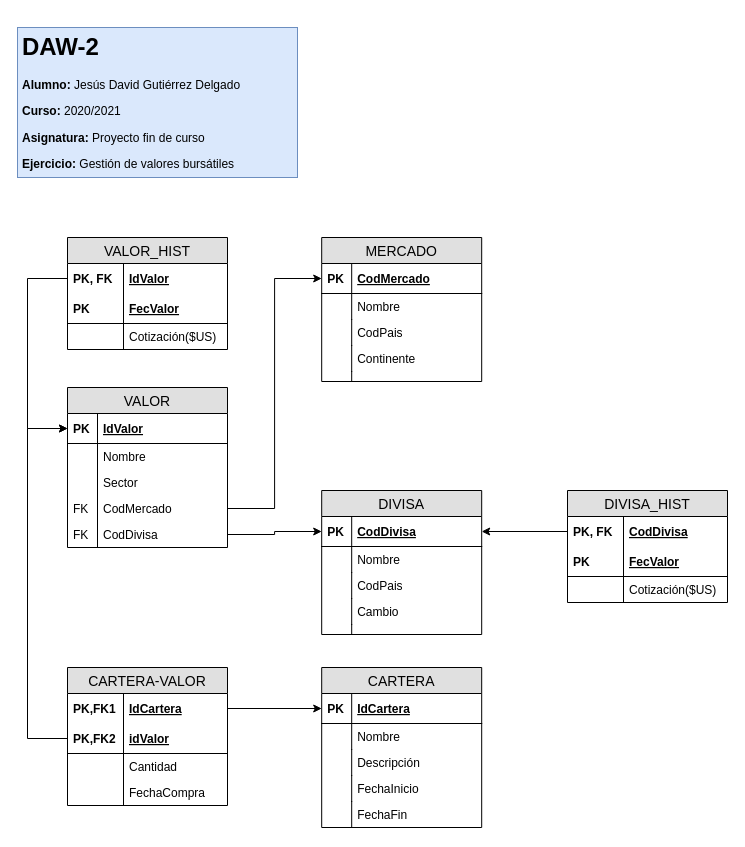
jesusdavidguti/ProyectoFinDeCurso keeps this draw.io diagram as Diagrama E-R.drawio. Above is the earlier version. Source tidied: cells renumbered, new cells numbered last; positions are measured from the earlier drawing's top-left corner, leaving out a move shared by most shapes. Both pictures are drawn from the tidied source at 100%, with x=0, y=0 at pixel (17, 27).
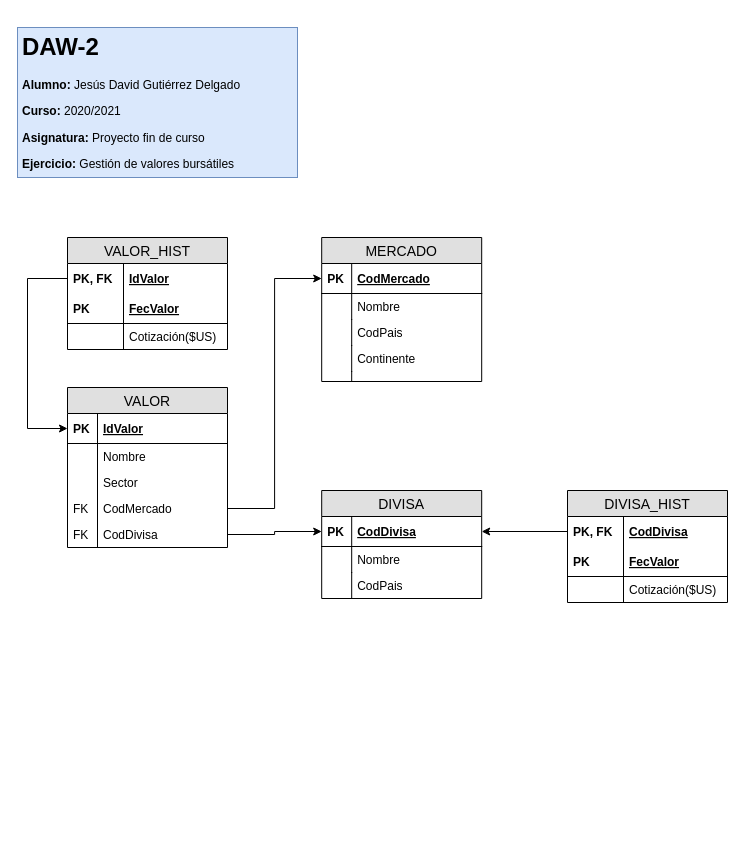
The same diagram, later.

Commit message:
Quitamos entidades

Cartera y CarteraValor

The change refers to these unchanged cells:
```xml
<mxCell id="4" value="IdValor" style="shape=partialRectangle;top=0;left=0;right=0;bottom=1;align=left;verticalAlign=middle;fillColor=none;spacingLeft=34;spacingRight=4;overflow=hidden;points=[[0,0.5],[1,0.5]];portConstraint=eastwest;fontStyle=5;fontSize=12;" parent="3" vertex="1">
  <mxGeometry y="26" width="160" height="30" as="geometry" />
</mxCell>
```

Change to the diagram source:
```diff
@@
     <mxCell id="25" value="DIVISA" style="swimlane;fontStyle=0;horizontal=1;startSize=26;fillColor=#e0e0e0;swimlaneFillColor=#ffffff;align=center;fontSize=14;" parent="1" vertex="1">
-      <mxGeometry x="304.2" y="463" width="160" height="144" as="geometry" />
+      <mxGeometry x="304.2" y="463" width="160" height="108" as="geometry" />
     </mxCell>
@@
-    <mxCell id="32" value="Cambio" style="shape=partialRectangle;top=0;left=0;right=0;bottom=0;align=left;verticalAlign=top;fillColor=none;spacingLeft=34;spacingRight=4;overflow=hidden;fontSize=12;" parent="25" vertex="1">
-      <mxGeometry y="108" width="160" height="26" as="geometry" />
-    </mxCell>
-    <mxCell id="33" style="shape=partialRectangle;top=0;left=0;bottom=0;fillColor=none;align=left;verticalAlign=top;spacingLeft=4;spacingRight=4;overflow=hidden;fontSize=12;" parent="32" vertex="1">
-      <mxGeometry width="30" height="26" as="geometry" />
-    </mxCell>
-    <mxCell id="34" style="shape=partialRectangle;top=0;left=0;right=0;bottom=0;align=left;verticalAlign=top;fillColor=none;spacingLeft=34;spacingRight=4;overflow=hidden;fontSize=12;" parent="25" vertex="1">
-      <mxGeometry y="134" width="160" height="10" as="geometry" />
-    </mxCell>
-    <mxCell id="35" style="shape=partialRectangle;top=0;left=0;bottom=0;fillColor=none;align=left;verticalAlign=top;spacingLeft=4;spacingRight=4;overflow=hidden;fontSize=12;" parent="34" vertex="1">
-      <mxGeometry width="30" height="10" as="geometry" />
-    </mxCell>
@@
-    <mxCell id="53" value="CARTERA" style="swimlane;fontStyle=0;horizontal=1;startSize=26;fillColor=#e0e0e0;swimlaneFillColor=#ffffff;align=center;fontSize=14;" parent="1" vertex="1">
-      <mxGeometry x="304.2" y="640" width="160" height="160" as="geometry" />
-    </mxCell>
-    <mxCell id="54" value="IdCartera" style="shape=partialRectangle;top=0;left=0;right=0;bottom=1;align=left;verticalAlign=middle;fillColor=none;spacingLeft=34;spacingRight=4;overflow=hidden;points=[[0,0.5],[1,0.5]];portConstraint=eastwest;fontStyle=5;fontSize=12;" parent="53" vertex="1">
-      <mxGeometry y="26" width="160" height="30" as="geometry" />
-    </mxCell>
-    <mxCell id="55" value="PK" style="shape=partialRectangle;top=0;left=0;bottom=0;fillColor=none;align=left;verticalAlign=middle;spacingLeft=4;spacingRight=4;overflow=hidden;fontSize=12;fontStyle=1;" parent="54" vertex="1">
-      <mxGeometry width="30" height="30" as="geometry" />
-    </mxCell>
-    <mxCell id="56" value="Nombre" style="shape=partialRectangle;top=0;left=0;right=0;bottom=0;align=left;verticalAlign=top;fillColor=none;spacingLeft=34;spacingRight=4;overflow=hidden;fontSize=12;" parent="53" vertex="1">
-      <mxGeometry y="56" width="160" height="26" as="geometry" />
-    </mxCell>
-    <mxCell id="57" style="shape=partialRectangle;top=0;left=0;bottom=0;fillColor=none;align=left;verticalAlign=top;spacingLeft=4;spacingRight=4;overflow=hidden;fontSize=12;" parent="56" vertex="1">
-      <mxGeometry width="30" height="26" as="geometry" />
-    </mxCell>
-    <mxCell id="58" value="Descripción" style="shape=partialRectangle;top=0;left=0;right=0;bottom=0;align=left;verticalAlign=top;fillColor=none;spacingLeft=34;spacingRight=4;overflow=hidden;fontSize=12;" parent="53" vertex="1">
-      <mxGeometry y="82" width="160" height="26" as="geometry" />
-    </mxCell>
-    <mxCell id="59" style="shape=partialRectangle;top=0;left=0;bottom=0;fillColor=none;align=left;verticalAlign=top;spacingLeft=4;spacingRight=4;overflow=hidden;fontSize=12;" parent="58" vertex="1">
-      <mxGeometry width="30" height="26" as="geometry" />
-    </mxCell>
-    <mxCell id="60" value="FechaInicio" style="shape=partialRectangle;top=0;left=0;right=0;bottom=0;align=left;verticalAlign=top;fillColor=none;spacingLeft=34;spacingRight=4;overflow=hidden;fontSize=12;" parent="53" vertex="1">
-      <mxGeometry y="108" width="160" height="26" as="geometry" />
-    </mxCell>
-    <mxCell id="61" style="shape=partialRectangle;top=0;left=0;bottom=0;fillColor=none;align=left;verticalAlign=top;spacingLeft=4;spacingRight=4;overflow=hidden;fontSize=12;" parent="60" vertex="1">
-      <mxGeometry width="30" height="26" as="geometry" />
-    </mxCell>
-    <mxCell id="62" value="FechaFin" style="shape=partialRectangle;top=0;left=0;right=0;bottom=0;align=left;verticalAlign=top;fillColor=none;spacingLeft=34;spacingRight=4;overflow=hidden;fontSize=12;" parent="53" vertex="1">
-      <mxGeometry y="134" width="160" height="26" as="geometry" />
-    </mxCell>
-    <mxCell id="63" style="shape=partialRectangle;top=0;left=0;bottom=0;fillColor=none;align=left;verticalAlign=top;spacingLeft=4;spacingRight=4;overflow=hidden;fontSize=12;" parent="62" vertex="1">
-      <mxGeometry width="30" height="26" as="geometry" />
-    </mxCell>
-    <mxCell id="64" value="CARTERA-VALOR" style="swimlane;fontStyle=0;horizontal=1;startSize=26;fillColor=#e0e0e0;swimlaneFillColor=#ffffff;align=center;fontSize=14;" parent="1" vertex="1">
-      <mxGeometry x="50" y="640" width="160" height="138" as="geometry" />
-    </mxCell>
-    <mxCell id="65" value="IdCartera" style="shape=partialRectangle;top=0;left=0;right=0;bottom=0;align=left;verticalAlign=middle;fillColor=none;spacingLeft=60;spacingRight=4;overflow=hidden;points=[[0,0.5],[1,0.5]];portConstraint=eastwest;fontStyle=5;fontSize=12;" parent="64" vertex="1">
-      <mxGeometry y="26" width="160" height="30" as="geometry" />
-    </mxCell>
-    <mxCell id="66" value="PK,FK1" style="shape=partialRectangle;fontStyle=1;top=0;left=0;bottom=0;fillColor=none;align=left;verticalAlign=middle;spacingLeft=4;spacingRight=4;overflow=hidden;fontSize=12;" parent="65" vertex="1">
-      <mxGeometry width="56" height="30" as="geometry" />
-    </mxCell>
-    <mxCell id="67" value="idValor" style="shape=partialRectangle;top=0;left=0;right=0;bottom=1;align=left;verticalAlign=middle;fillColor=none;spacingLeft=60;spacingRight=4;overflow=hidden;points=[[0,0.5],[1,0.5]];portConstraint=eastwest;fontStyle=5;fontSize=12;" parent="64" vertex="1">
-      <mxGeometry y="56" width="160" height="30" as="geometry" />
-    </mxCell>
-    <mxCell id="68" value="PK,FK2" style="shape=partialRectangle;fontStyle=1;top=0;left=0;bottom=0;fillColor=none;align=left;verticalAlign=middle;spacingLeft=4;spacingRight=4;overflow=hidden;fontSize=12;" parent="67" vertex="1">
-      <mxGeometry width="56" height="30" as="geometry" />
-    </mxCell>
-    <mxCell id="69" value="Cantidad" style="shape=partialRectangle;top=0;left=0;right=0;bottom=0;align=left;verticalAlign=top;fillColor=none;spacingLeft=60;spacingRight=4;overflow=hidden;fontSize=12;" parent="64" vertex="1">
-      <mxGeometry y="86" width="160" height="26" as="geometry" />
-    </mxCell>
-    <mxCell id="70" style="shape=partialRectangle;top=0;left=0;bottom=0;fillColor=none;align=left;verticalAlign=top;spacingLeft=4;spacingRight=4;overflow=hidden;fontSize=12;" parent="69" vertex="1">
-      <mxGeometry width="56" height="26" as="geometry" />
-    </mxCell>
-    <mxCell id="71" value="FechaCompra" style="shape=partialRectangle;top=0;left=0;right=0;bottom=0;align=left;verticalAlign=top;fillColor=none;spacingLeft=60;spacingRight=4;overflow=hidden;fontSize=12;" parent="64" vertex="1">
-      <mxGeometry y="112" width="160" height="26" as="geometry" />
-    </mxCell>
-    <mxCell id="72" style="shape=partialRectangle;top=0;left=0;bottom=0;fillColor=none;align=left;verticalAlign=top;spacingLeft=4;spacingRight=4;overflow=hidden;fontSize=12;" parent="71" vertex="1">
-      <mxGeometry width="56" height="26" as="geometry" />
-    </mxCell>
@@
-    <mxCell id="74" style="edgeStyle=orthogonalEdgeStyle;rounded=0;jettySize=auto;html=1;exitX=1;exitY=0.5;exitDx=0;exitDy=0;entryX=0;entryY=0.5;entryDx=0;entryDy=0;" parent="1" edge="1" source="65" target="54">
-      <mxGeometry relative="1" as="geometry" />
-    </mxCell>
-    <mxCell id="75" style="edgeStyle=orthogonalEdgeStyle;rounded=0;jettySize=auto;html=1;exitX=0;exitY=0.5;exitDx=0;exitDy=0;entryX=0;entryY=0.5;entryDx=0;entryDy=0;" parent="1" edge="1" source="67" target="4">
-      <mxGeometry relative="1" as="geometry">
-        <Array as="points">
-          <mxPoint x="10" y="711" />
-          <mxPoint x="10" y="401" />
-        </Array>
-      </mxGeometry>
-    </mxCell>
```
